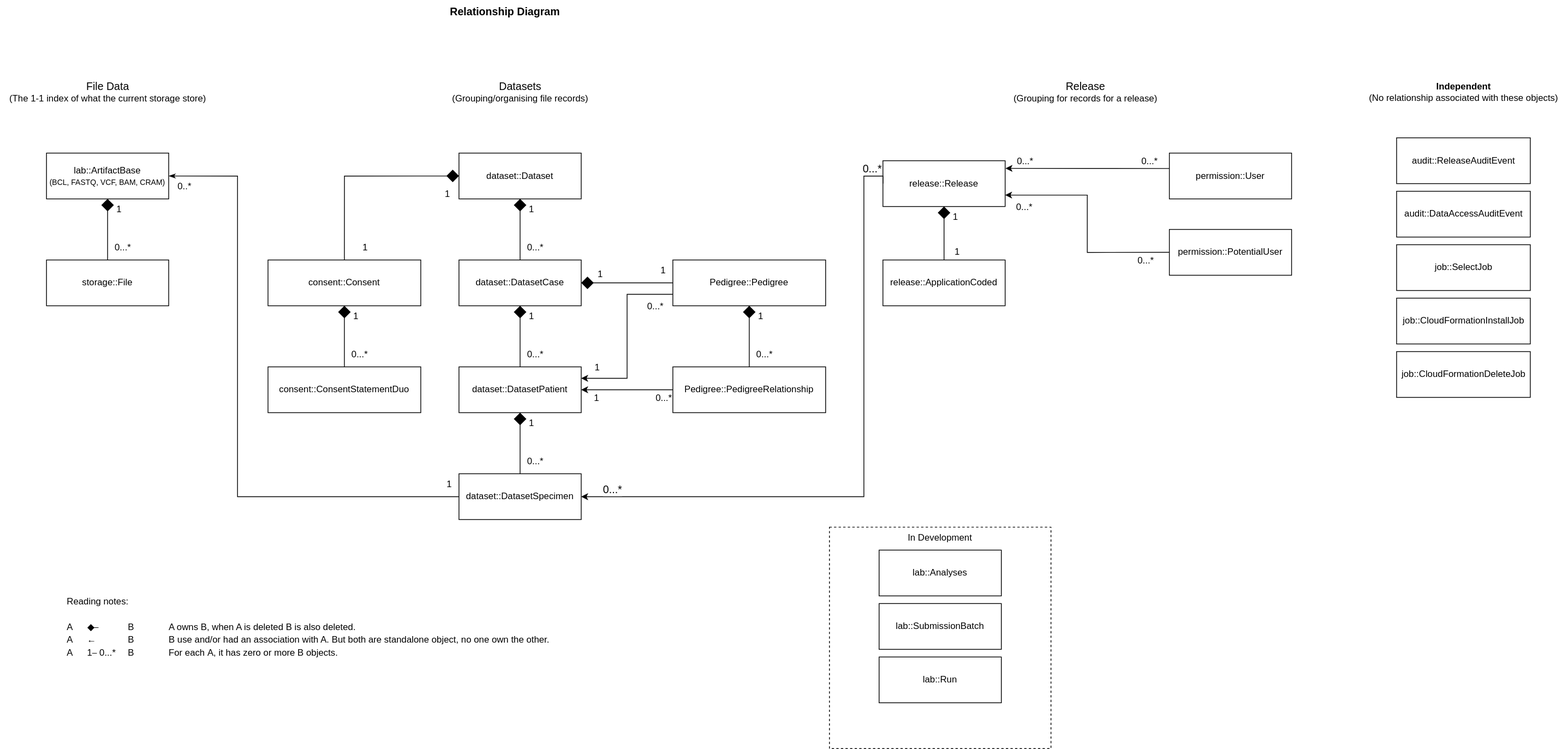
The draw.io diagram docs/architecture/relationship.drawio.svg in elsa-data/elsa-data, before a commit. Source tidied: cells renumbered, new cells last; positions are measured from the earlier drawing's top-left corner, leaving out a move shared by most shapes.
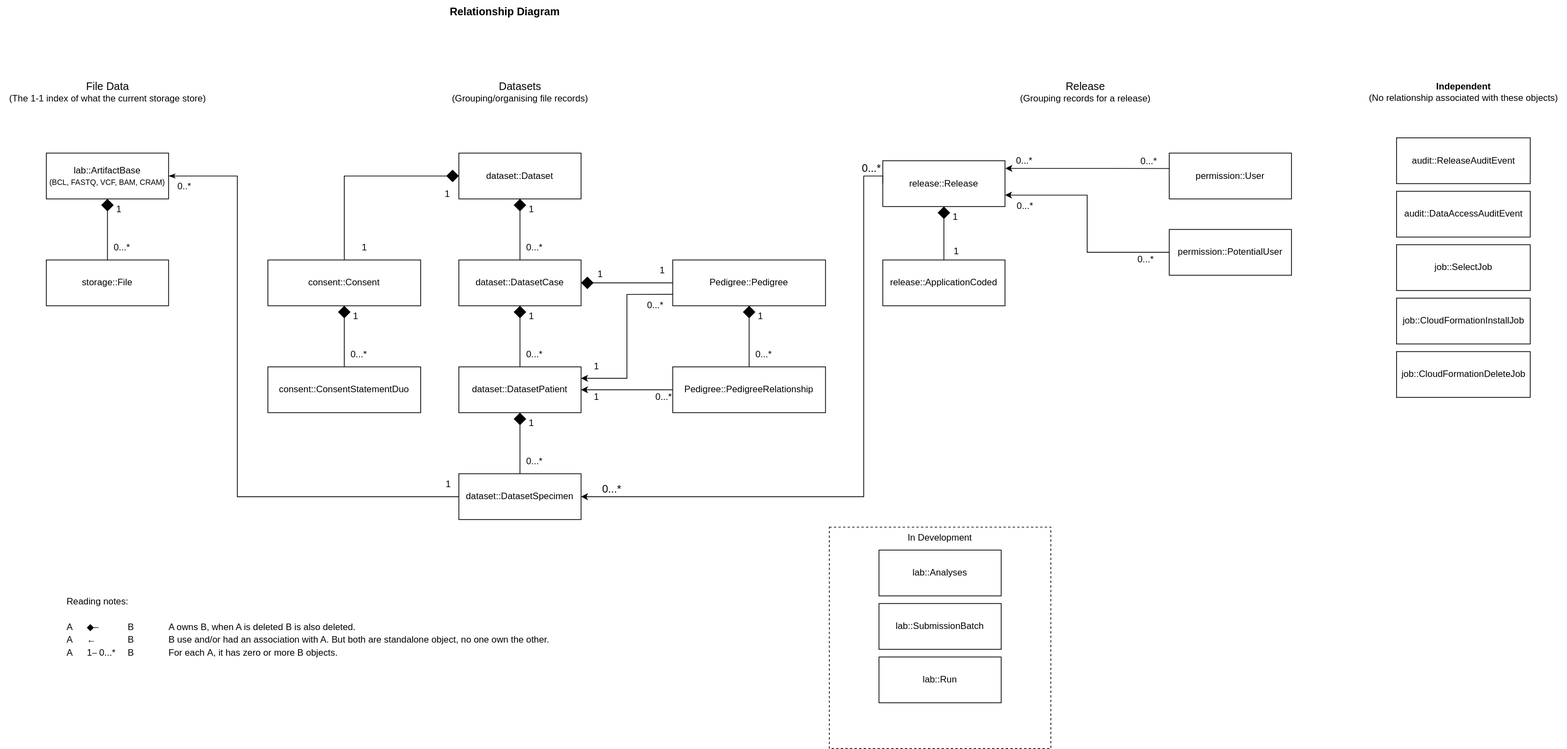
After the commit.

What changed in the source:
```diff
@@ -267,8 +267,8 @@
     <mxCell id="69" value="&lt;font style=&quot;font-size: 14px;&quot;&gt;Datasets&lt;br style=&quot;&quot;&gt;&lt;/font&gt;&lt;font style=&quot;font-size: 12px;&quot;&gt;(Grouping/organising file records)&lt;/font&gt;" style="text;html=1;align=center;verticalAlign=middle;strokeColor=none;fillColor=none;" parent="1" vertex="1">
       <mxGeometry x="580" y="100" width="200" height="40" as="geometry" />
     </mxCell>
-    <mxCell id="70" value="&lt;font style=&quot;&quot;&gt;&lt;span style=&quot;font-size: 14px;&quot;&gt;Release&lt;/span&gt;&lt;br&gt;&lt;font style=&quot;font-size: 12px;&quot;&gt;(Grouping for records for a release)&lt;/font&gt;&lt;/font&gt;" style="text;html=1;align=center;verticalAlign=middle;strokeColor=none;fillColor=none;" parent="1" vertex="1">
-      <mxGeometry x="1315" y="100" width="210" height="40" as="geometry" />
+    <mxCell id="70" value="&lt;font style=&quot;&quot;&gt;&lt;span style=&quot;font-size: 14px;&quot;&gt;Release&lt;/span&gt;&lt;br&gt;&lt;font style=&quot;font-size: 12px;&quot;&gt;(Grouping records for a release)&lt;/font&gt;&lt;/font&gt;" style="text;html=1;align=center;verticalAlign=middle;strokeColor=none;fillColor=none;" parent="1" vertex="1">
+      <mxGeometry x="1325" y="100" width="190" height="40" as="geometry" />
     </mxCell>
     <mxCell id="71" style="endArrow=none;html=1;endSize=6;startArrow=classic;startSize=6;startFill=1;edgeStyle=orthogonalEdgeStyle;rounded=0;fontFamily=Helvetica;fontSize=12;fontColor=default;endFill=0;exitX=1;exitY=0.5;exitDx=0;exitDy=0;entryX=0;entryY=0.5;entryDx=0;entryDy=0;" parent="1" edge="1" source="4" target="2">
       <mxGeometry relative="1" as="geometry">
```
